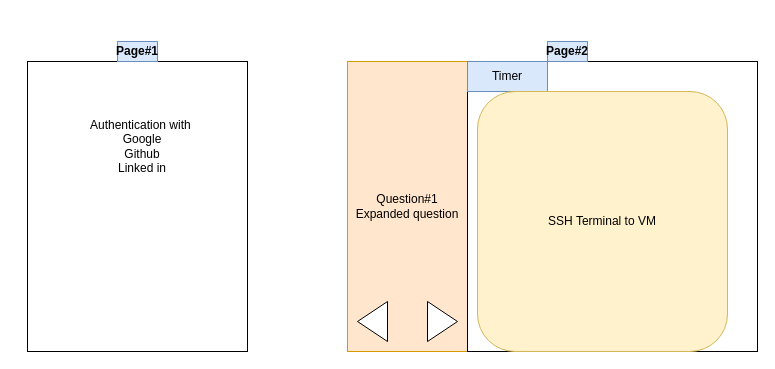
The draw.io diagram page "Page-1" (1 of 2) of Untitled Diagram.drawio in gonchigars/ckad-prep, before the edit. Source tidied: cells renumbered, new cells numbered last; positions are measured from the earlier drawing's top-left corner, leaving out a move shared by most shapes. Both pictures are drawn from the tidied source at 100%, with x=0, y=0 at pixel (27, 41).
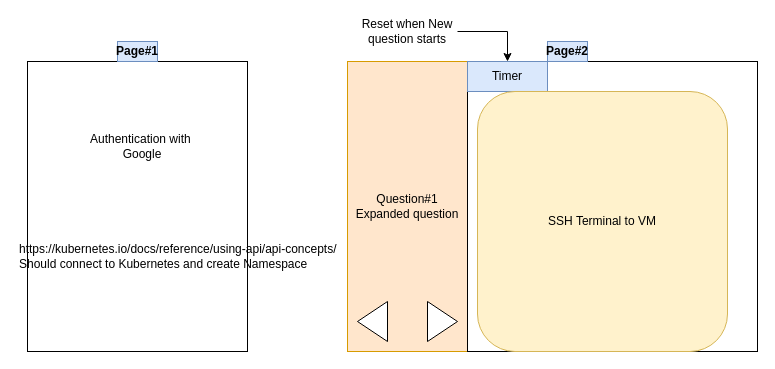
Above is the later version.

What changed in the source:
```diff
@@
 <mxGraphModel>
   <root>
     <mxCell id="0" />
     <mxCell id="1" parent="0" />
     <mxCell id="2" value="Question#1&lt;br&gt;Expanded question" style="rounded=0;whiteSpace=wrap;html=1;fillColor=#ffe6cc;strokeColor=#d79b00;" parent="1" vertex="1">
       <mxGeometry x="320" y="20" width="120" height="290" as="geometry" />
     </mxCell>
     <mxCell id="3" style="whiteSpace=wrap;html=1;" parent="1" vertex="1">
       <mxGeometry x="440" y="20" width="290" height="290" as="geometry" />
     </mxCell>
     <mxCell id="4" style="triangle;whiteSpace=wrap;html=1;" parent="1" vertex="1">
       <mxGeometry x="400" y="260" width="30" height="40" as="geometry" />
     </mxCell>
     <mxCell id="5" style="triangle;whiteSpace=wrap;html=1;rotation=-180;" parent="1" vertex="1">
       <mxGeometry x="330" y="260" width="30" height="40" as="geometry" />
     </mxCell>
     <mxCell id="6" value="Timer" style="rounded=0;whiteSpace=wrap;html=1;fillColor=#dae8fc;strokeColor=#6c8ebf;" parent="1" vertex="1">
       <mxGeometry x="440" y="20" width="80" height="30" as="geometry" />
     </mxCell>
     <mxCell id="7" value="SSH Terminal to VM" style="rounded=1;whiteSpace=wrap;html=1;fillColor=#fff2cc;strokeColor=#d6b656;" parent="1" vertex="1">
       <mxGeometry x="450" y="50" width="250" height="260" as="geometry" />
     </mxCell>
     <mxCell id="8" style="rounded=0;whiteSpace=wrap;html=1;" parent="1" vertex="1">
       <mxGeometry y="20" width="220" height="290" as="geometry" />
     </mxCell>
-    <mxCell id="9" value="Authentication with&amp;nbsp;&lt;br&gt;Google&lt;br&gt;Github&lt;br&gt;Linked in" style="text;html=1;strokeColor=none;fillColor=none;align=center;verticalAlign=middle;whiteSpace=wrap;rounded=0;" parent="1" vertex="1">
+    <mxCell id="9" value="Authentication with&amp;nbsp;&lt;br&gt;Google" style="text;html=1;strokeColor=none;fillColor=none;align=center;verticalAlign=middle;whiteSpace=wrap;rounded=0;" parent="1" vertex="1">
       <mxGeometry x="60" y="60" width="110" height="90" as="geometry" />
     </mxCell>
     <mxCell id="10" value="Page#1" style="text;html=1;strokeColor=#6c8ebf;fillColor=#dae8fc;align=center;verticalAlign=middle;whiteSpace=wrap;rounded=0;fontStyle=1;" parent="1" vertex="1">
       <mxGeometry x="90" width="40" height="20" as="geometry" />
     </mxCell>
     <mxCell id="11" value="Page#2" style="text;html=1;strokeColor=#6c8ebf;fillColor=#dae8fc;align=center;verticalAlign=middle;whiteSpace=wrap;rounded=0;fontStyle=1;" parent="1" vertex="1">
       <mxGeometry x="520" width="40" height="20" as="geometry" />
     </mxCell>
+    <mxCell id="12" value="https://kubernetes.io/docs/reference/using-api/api-concepts/&lt;br&gt;Should connect to Kubernetes and create Namespace" style="text;html=1;align=left;verticalAlign=middle;" parent="1" vertex="1">
+      <mxGeometry x="-10" y="200" width="330" height="30" as="geometry" />
+    </mxCell>
+    <mxCell id="13" style="edgeStyle=orthogonalEdgeStyle;rounded=0;jettySize=auto;html=1;" parent="1" edge="1" source="14" target="6">
+      <mxGeometry relative="1" as="geometry" />
+    </mxCell>
+    <mxCell id="14" value="Reset when New question starts" style="text;html=1;strokeColor=none;fillColor=none;align=center;verticalAlign=middle;whiteSpace=wrap;rounded=0;" parent="1" vertex="1">
+      <mxGeometry x="330" y="-20" width="100" height="20" as="geometry" />
+    </mxCell>
   </root>
 </mxGraphModel>
```
